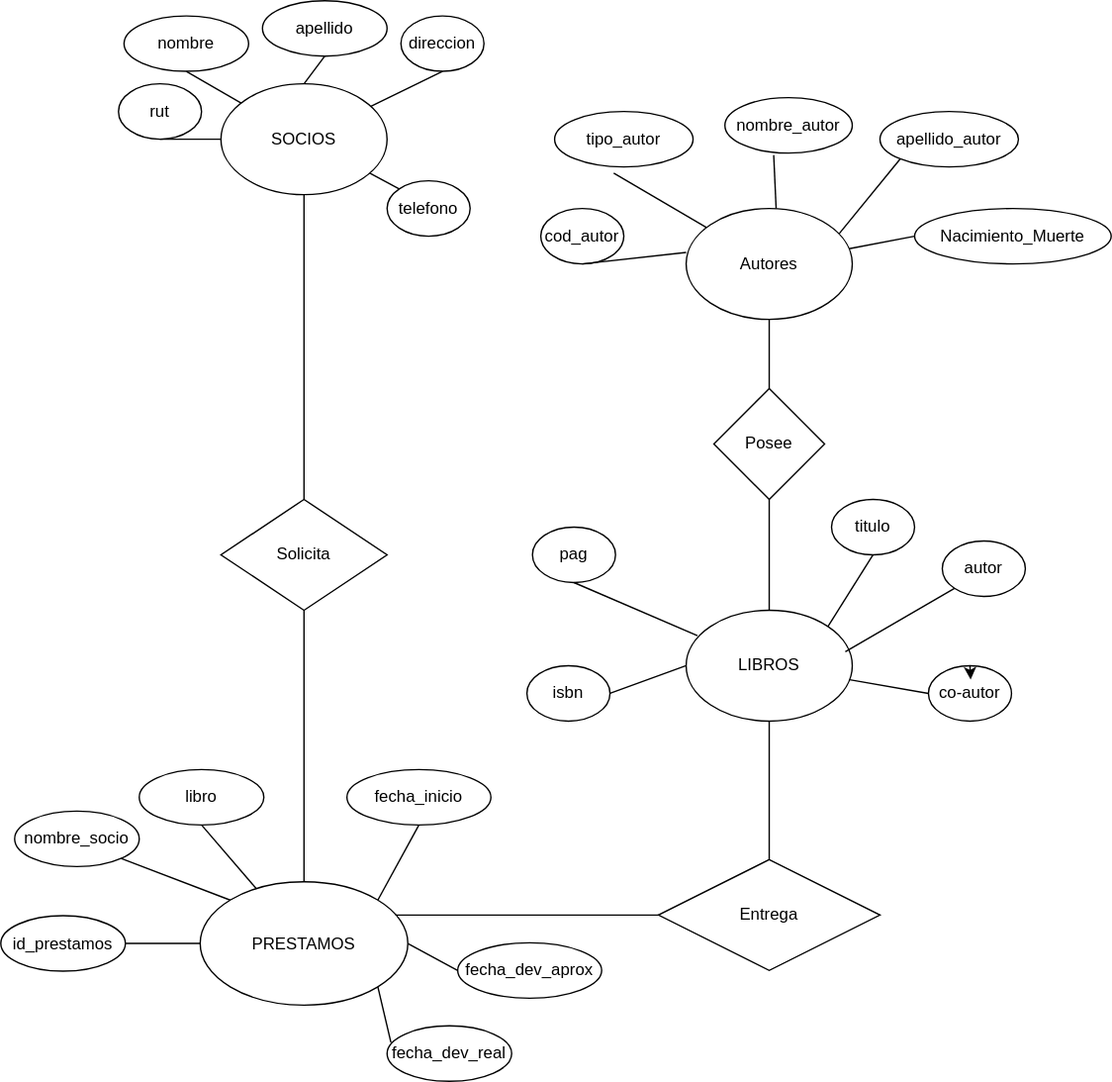
Above: Modelo_Conceptual_01.svg in latiscool/BD_Bilbioteca_LTG (draw.io), before the change. Source tidied: cells renumbered, new cells last; positions are measured from the earlier drawing's top-left corner, leaving out a move shared by most shapes.
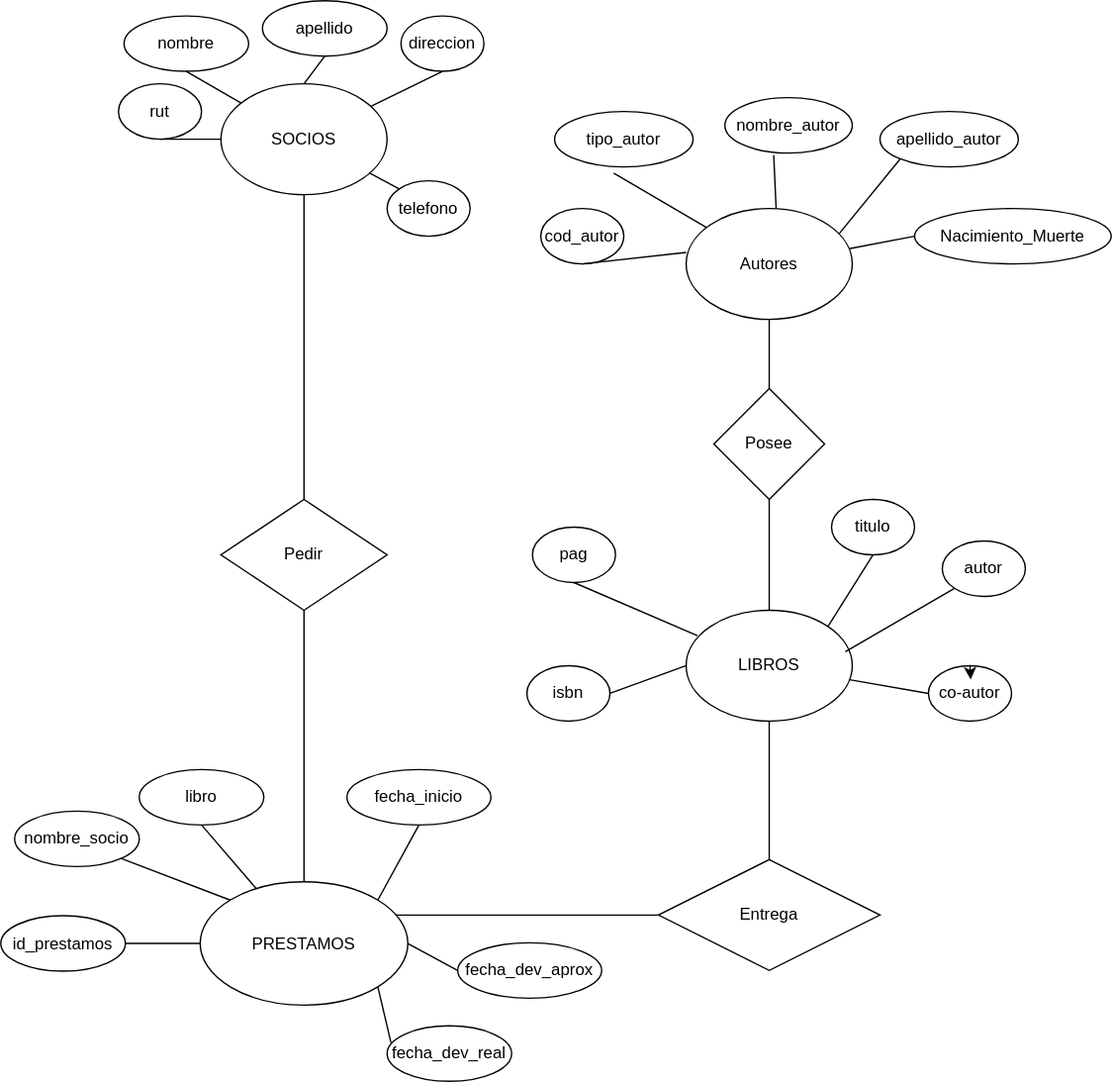
Above is the later version.

The edit, as a diff of the source:
```diff
@@ -119,7 +119,7 @@
     <mxCell id="40" style="endArrow=none;html=1;rounded=0;entryX=0;entryY=0.5;entryDx=0;entryDy=0;" parent="28" edge="1" source="29" target="36">
       <mxGeometry relative="1" as="geometry" />
     </mxCell>
-    <mxCell id="41" value="Solicita" style="rhombus;whiteSpace=wrap;html=1;" parent="1" vertex="1">
+    <mxCell id="41" value="Pedir" style="rhombus;whiteSpace=wrap;html=1;" parent="1" vertex="1">
       <mxGeometry x="159" y="360" width="120" height="80" as="geometry" />
     </mxCell>
     <mxCell id="42" style="endArrow=none;html=1;rounded=0;" parent="1" edge="1" source="4" target="41">
```
